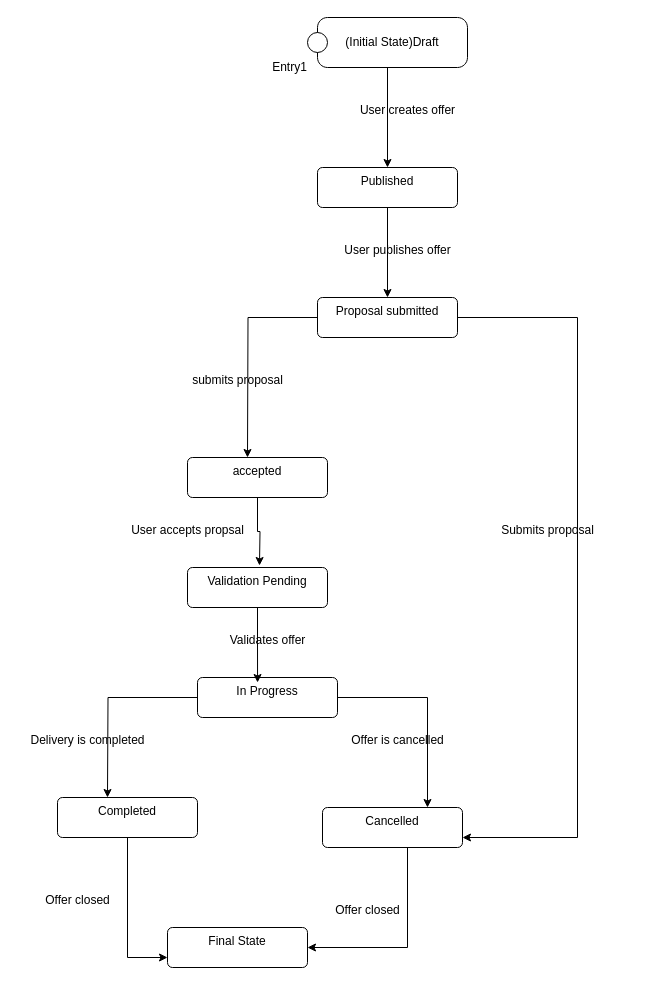
LeloKarma/website keeps this draw.io diagram as stateTransition.drawio. Above is the earlier version. Source tidied: cells renumbered, new cells numbered last; positions are measured from the earlier drawing's top-left corner, leaving out a move shared by most shapes. Both pictures are drawn from the tidied source at 100%, with x=0, y=0 at pixel (17, 17).
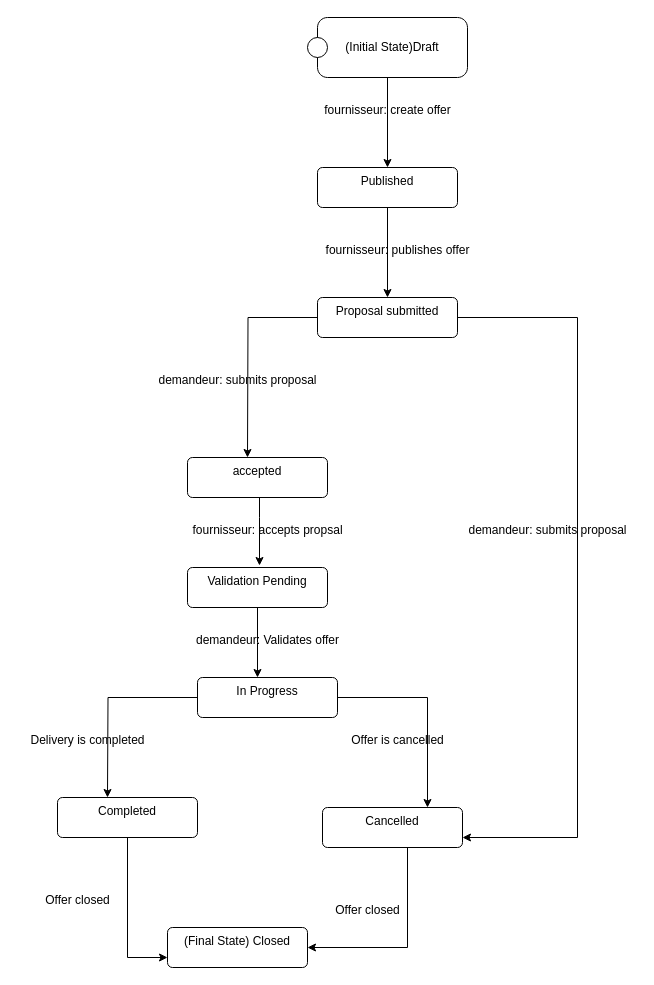
After the change.

The change refers to these unchanged cells:
```xml
<mxCell id="10" value="accepted" style="html=1;align=center;verticalAlign=top;rounded=1;absoluteArcSize=1;arcSize=10;dashed=0;whiteSpace=wrap;" parent="1" vertex="1">
  <mxGeometry x="170" y="440" width="140" height="40" as="geometry" />
</mxCell>
<mxCell id="14" value="Validation Pending" style="html=1;align=center;verticalAlign=top;rounded=1;absoluteArcSize=1;arcSize=10;dashed=0;whiteSpace=wrap;" parent="1" vertex="1">
  <mxGeometry x="170" y="550" width="140" height="40" as="geometry" />
</mxCell>
<mxCell id="17" value="In Progress" style="html=1;align=center;verticalAlign=top;rounded=1;absoluteArcSize=1;arcSize=10;dashed=0;whiteSpace=wrap;" parent="1" vertex="1">
  <mxGeometry x="180" y="660" width="140" height="40" as="geometry" />
</mxCell>
```

Diff of the diagram source:
```diff
@@
     <mxCell id="6" value="(Initial State)Draft" style="shape=umlState;rounded=1;verticalAlign=middle;align=center;absoluteArcSize=1;arcSize=10;umlStateConnection=connPointRefEntry;boundedLbl=1;whiteSpace=wrap;html=1;" parent="1" vertex="1">
-      <mxGeometry x="290" width="160" height="50" as="geometry" />
+      <mxGeometry x="290" width="160" height="60" as="geometry" />
     </mxCell>
-    <mxCell id="7" value="Entry1" style="text;verticalAlign=middle;align=center;whiteSpace=wrap;html=1;" parent="6" vertex="1">
-      <mxGeometry x="-45.7" y="40" width="57.1" height="20" as="geometry" />
-    </mxCell>
@@
-    <mxCell id="11" value="User creates offer" style="text;html=1;align=center;verticalAlign=middle;strokeColor=none;fillColor=none;" parent="1" vertex="1">
-      <mxGeometry x="330" y="78" width="120" height="30" as="geometry" />
+    <mxCell id="11" value="fournisseur: create offer" style="text;html=1;align=center;verticalAlign=middle;strokeColor=none;fillColor=none;" parent="1" vertex="1">
+      <mxGeometry x="295" y="78" width="150" height="30" as="geometry" />
     </mxCell>
-    <mxCell id="12" value="User publishes offer" style="text;html=1;align=center;verticalAlign=middle;strokeColor=none;fillColor=none;" parent="1" vertex="1">
-      <mxGeometry x="315" y="218" width="130" height="30" as="geometry" />
+    <mxCell id="12" value="fournisseur: publishes offer" style="text;html=1;align=center;verticalAlign=middle;strokeColor=none;fillColor=none;" parent="1" vertex="1">
+      <mxGeometry x="295" y="218" width="170" height="30" as="geometry" />
     </mxCell>
-    <mxCell id="13" value="submits proposal" style="text;html=1;align=center;verticalAlign=middle;strokeColor=none;fillColor=none;" parent="1" vertex="1">
-      <mxGeometry x="165" y="348" width="110" height="30" as="geometry" />
+    <mxCell id="13" value="demandeur: submits proposal" style="text;html=1;align=center;verticalAlign=middle;strokeColor=none;fillColor=none;" parent="1" vertex="1">
+      <mxGeometry x="130" y="348" width="180" height="30" as="geometry" />
     </mxCell>
@@
     <mxCell id="18" style="edgeStyle=orthogonalEdgeStyle;rounded=0;jettySize=auto;html=1;" parent="1" edge="1" source="10">
       <mxGeometry relative="1" as="geometry">
         <mxPoint x="242" y="548" as="targetPoint" />
+        <Array as="points">
+          <mxPoint x="242" y="500" />
+          <mxPoint x="242" y="500" />
+        </Array>
       </mxGeometry>
     </mxCell>
-    <mxCell id="19" value="User accepts propsal" style="text;html=1;align=center;verticalAlign=middle;strokeColor=none;fillColor=none;" parent="1" vertex="1">
-      <mxGeometry x="100" y="498" width="140" height="30" as="geometry" />
+    <mxCell id="19" value="fournisseur: accepts propsal" style="text;html=1;align=center;verticalAlign=middle;strokeColor=none;fillColor=none;" parent="1" vertex="1">
+      <mxGeometry x="165" y="498" width="170" height="30" as="geometry" />
     </mxCell>
-    <mxCell id="20" style="edgeStyle=orthogonalEdgeStyle;rounded=0;jettySize=auto;html=1;entryX=0.429;entryY=0.125;entryDx=0;entryDy=0;entryPerimeter=0;" parent="1" edge="1" source="14" target="17">
-      <mxGeometry relative="1" as="geometry" />
+    <mxCell id="20" style="edgeStyle=orthogonalEdgeStyle;rounded=0;jettySize=auto;html=1;" parent="1" edge="1" source="14">
+      <mxGeometry relative="1" as="geometry">
+        <mxPoint x="240" y="660" as="targetPoint" />
+      </mxGeometry>
     </mxCell>
-    <mxCell id="21" value="Validates offer" style="text;html=1;align=center;verticalAlign=middle;strokeColor=none;fillColor=none;" parent="1" vertex="1">
-      <mxGeometry x="200" y="608" width="100" height="30" as="geometry" />
+    <mxCell id="21" value="demandeur: Validates offer" style="text;html=1;align=center;verticalAlign=middle;strokeColor=none;fillColor=none;" parent="1" vertex="1">
+      <mxGeometry x="165" y="608" width="170" height="30" as="geometry" />
     </mxCell>
@@
-    <mxCell id="27" value="Final State" style="html=1;align=center;verticalAlign=top;rounded=1;absoluteArcSize=1;arcSize=10;dashed=0;whiteSpace=wrap;" parent="1" vertex="1">
+    <mxCell id="27" value="(Final State) Closed" style="html=1;align=center;verticalAlign=top;rounded=1;absoluteArcSize=1;arcSize=10;dashed=0;whiteSpace=wrap;" parent="1" vertex="1">
       <mxGeometry x="150" y="910" width="140" height="40" as="geometry" />
     </mxCell>
@@
-    <mxCell id="31" value="Submits proposal" style="text;html=1;align=center;verticalAlign=middle;strokeColor=none;fillColor=none;" parent="1" vertex="1">
-      <mxGeometry x="470" y="498" width="120" height="30" as="geometry" />
+    <mxCell id="31" value="demandeur: submits proposal" style="text;html=1;align=center;verticalAlign=middle;strokeColor=none;fillColor=none;" parent="1" vertex="1">
+      <mxGeometry x="440" y="498" width="180" height="30" as="geometry" />
     </mxCell>
```
